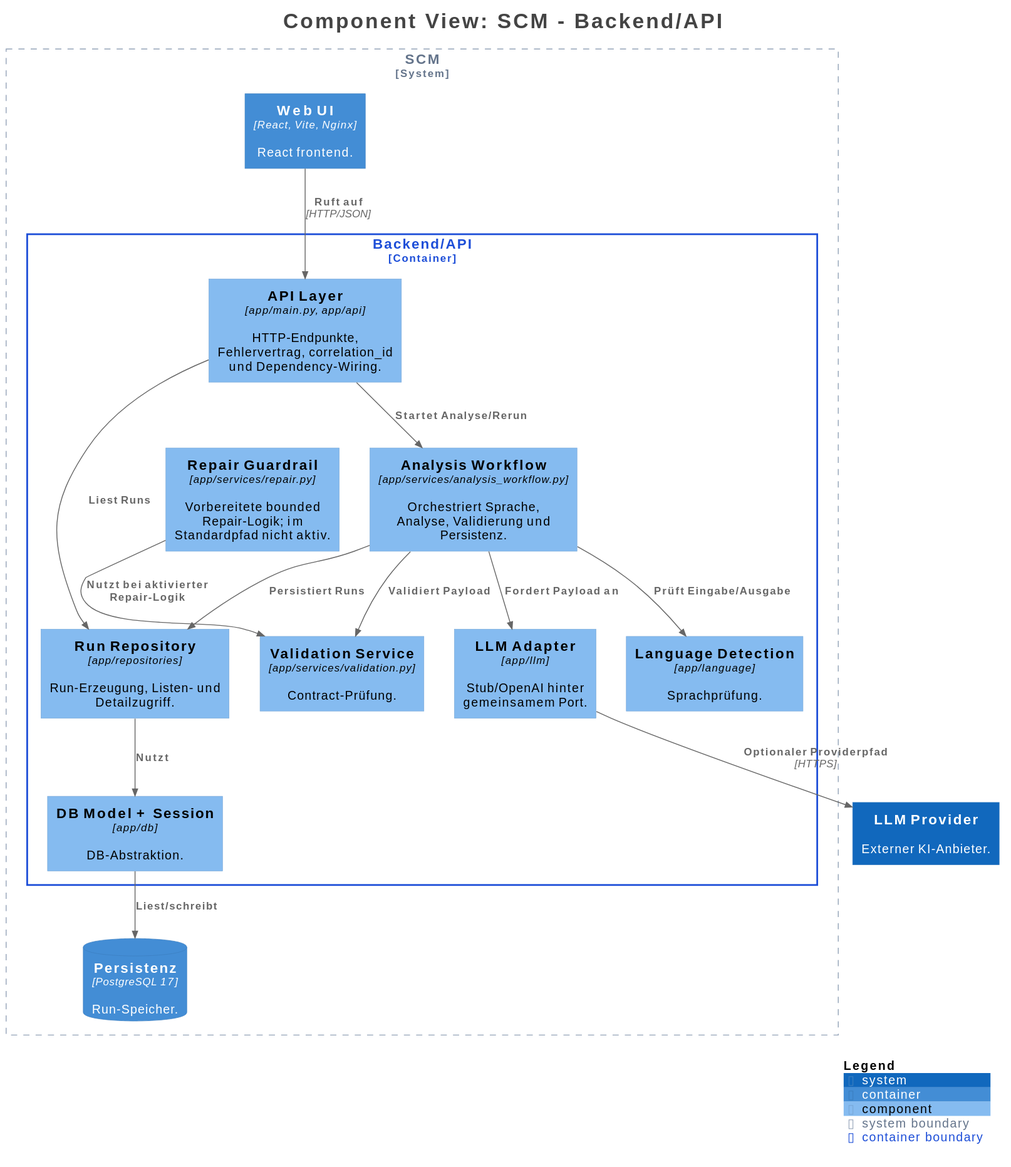
Before: docs/diagrams/rendered/c3-backend-components.svg, a diagram exported from PlantUML (r0brt/scm-01).
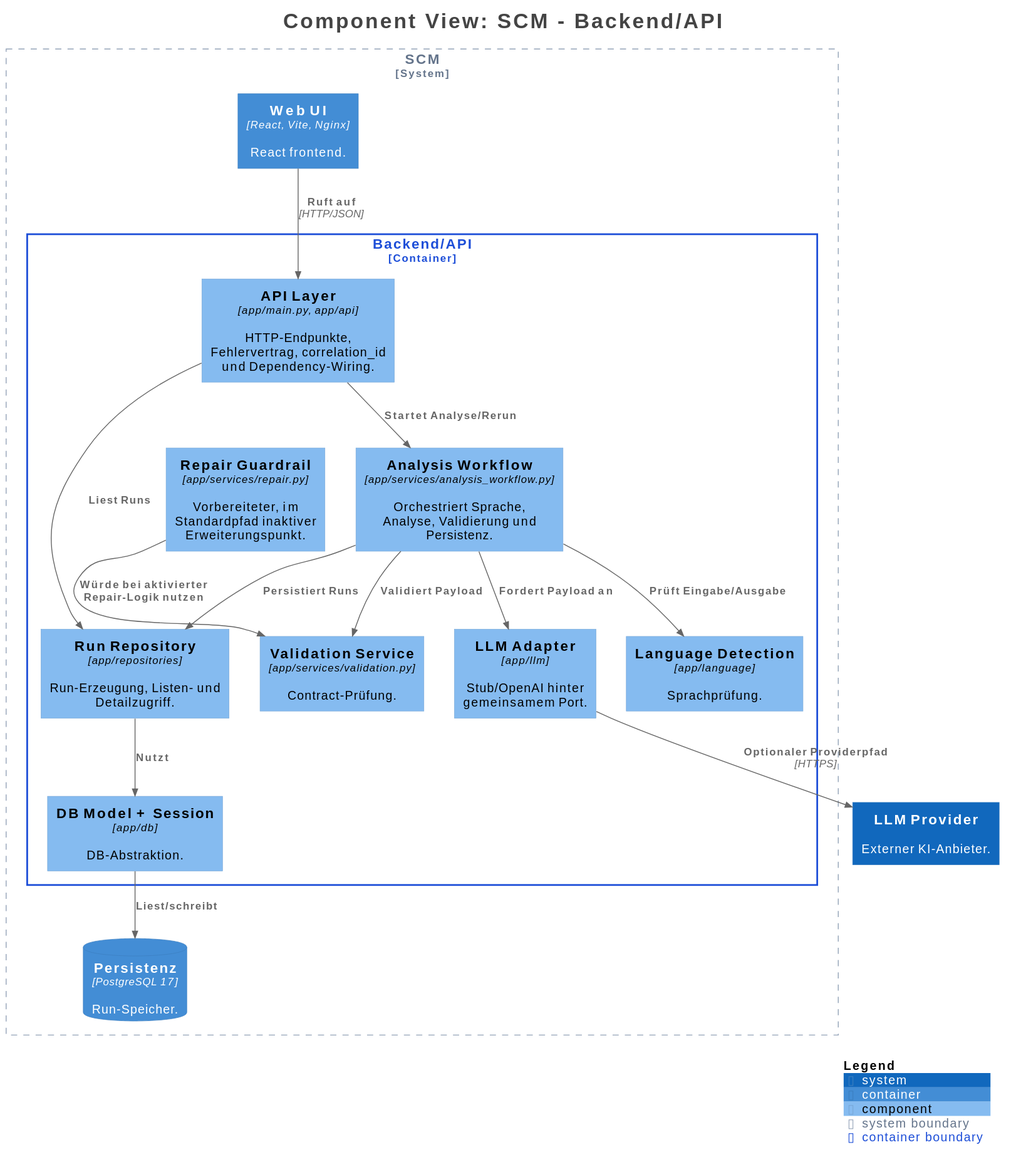
Later version of the same file.

The edit, as a diff of the source:
```diff
@@ -24,7 +24,7 @@
   Container_Boundary("SCM.BackendAPI_boundary", "Backend/API", $tags="") {
     Component(SCM.BackendAPI.RunRepository, "Run Repository", $techn="app/repositories", $descr="Run-Erzeugung, Listen- und Detailzugriff.", $tags="", $link="")
     Component(SCM.BackendAPI.DBModelSession, "DB Model + Session", $techn="app/db", $descr="DB-Abstraktion.", $tags="", $link="")
-    Component(SCM.BackendAPI.RepairGuardrail, "Repair Guardrail", $techn="app/services/repair.py", $descr="Vorbereitete bounded Repair-Logik; im Standardpfad nicht aktiv.", $tags="", $link="")
+    Component(SCM.BackendAPI.RepairGuardrail, "Repair Guardrail", $techn="app/services/repair.py", $descr="Vorbereiteter, im Standardpfad inaktiver Erweiterungspunkt.", $tags="", $link="")
     Component(SCM.BackendAPI.APILayer, "API Layer", $techn="app/main.py, app/api", $descr="HTTP-Endpunkte, Fehlervertrag, correlation_id und Dependency-Wiring.", $tags="", $link="")
     Component(SCM.BackendAPI.AnalysisWorkflow, "Analysis Workflow", $techn="app/services/analysis_workflow.py", $descr="Orchestriert Sprache, Analyse, Validierung und Persistenz.", $tags="", $link="")
     Component(SCM.BackendAPI.LanguageDetection, "Language Detection", $techn="app/language", $descr="Sprachprüfung.", $tags="", $link="")
@@ -43,7 +43,7 @@
 Rel(SCM.BackendAPI.AnalysisWorkflow, SCM.BackendAPI.LLMAdapter, "Fordert Payload an", $techn="", $tags="", $link="")
 Rel(SCM.BackendAPI.AnalysisWorkflow, SCM.BackendAPI.ValidationService, "Validiert Payload", $techn="", $tags="", $link="")
 Rel(SCM.BackendAPI.AnalysisWorkflow, SCM.BackendAPI.RunRepository, "Persistiert Runs", $techn="", $tags="", $link="")
-Rel(SCM.BackendAPI.RepairGuardrail, SCM.BackendAPI.ValidationService, "Nutzt bei aktivierter Repair-Logik", $techn="", $tags="", $link="")
+Rel(SCM.BackendAPI.RepairGuardrail, SCM.BackendAPI.ValidationService, "Würde bei aktivierter Repair-Logik nutzen", $techn="", $tags="", $link="")
 Rel(SCM.BackendAPI.RunRepository, SCM.BackendAPI.DBModelSession, "Nutzt", $techn="", $tags="", $link="")
 Rel(SCM.BackendAPI.DBModelSession, SCM.Persistenz, "Liest/schreibt", $techn="", $tags="", $link="")
 Rel(SCM.BackendAPI.LLMAdapter, LLMProvider, "Optionaler Providerpfad", $techn="HTTPS", $tags="", $link="")
```
